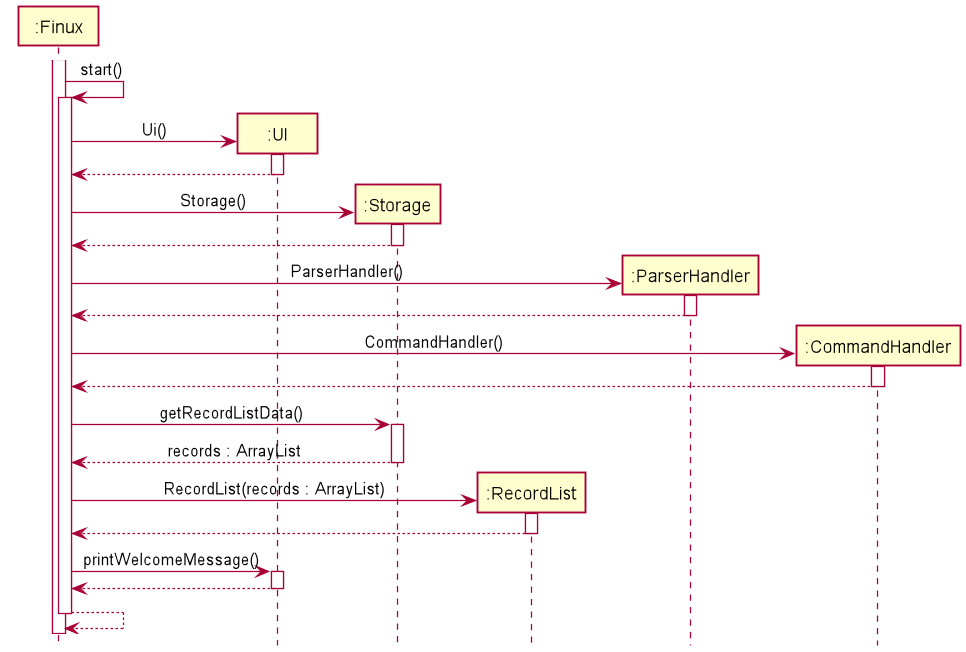
The PlantUML diagram docs/img/InitializationSequenceDiagram.png in nus-cs2113-AY2021S2/tp, before a commit. Source of this version:
```plantuml
@startuml
!include style.puml

Participant ":Finux" as Finux
Participant ":UI" as UI
Participant ":Storage" as Storage
Participant ":RecordList" as RecordList
Participant ":ParserHandler" as ParserHandler
Participant ":CommandHandler" as CommandHandler

activate Finux
Finux -> Finux : start()
activate Finux

create UI
Finux -> UI : Ui()
activate UI
UI --> Finux
deactivate UI

create Storage
Finux -> Storage : Storage()
activate Storage
Storage --> Finux
deactivate Storage

create ParserHandler
Finux -> ParserHandler : ParserHandler()
activate ParserHandler
ParserHandler --> Finux
deactivate ParserHandler

create CommandHandler
Finux -> CommandHandler : CommandHandler()
activate CommandHandler
CommandHandler --> Finux
deactivate CommandHandler

Finux -> Storage : getRecordListData()
activate Storage
Storage --> Finux : records : ArrayList
deactivate Storage

create RecordList
Finux -> RecordList : RecordList(records : ArrayList)
activate RecordList
RecordList --> Finux
deactivate RecordList

Finux -> UI : printWelcomeMessage()
activate UI
UI --> Finux
deactivate UI

Finux --> Finux
deactivate Finux

@enduml
```
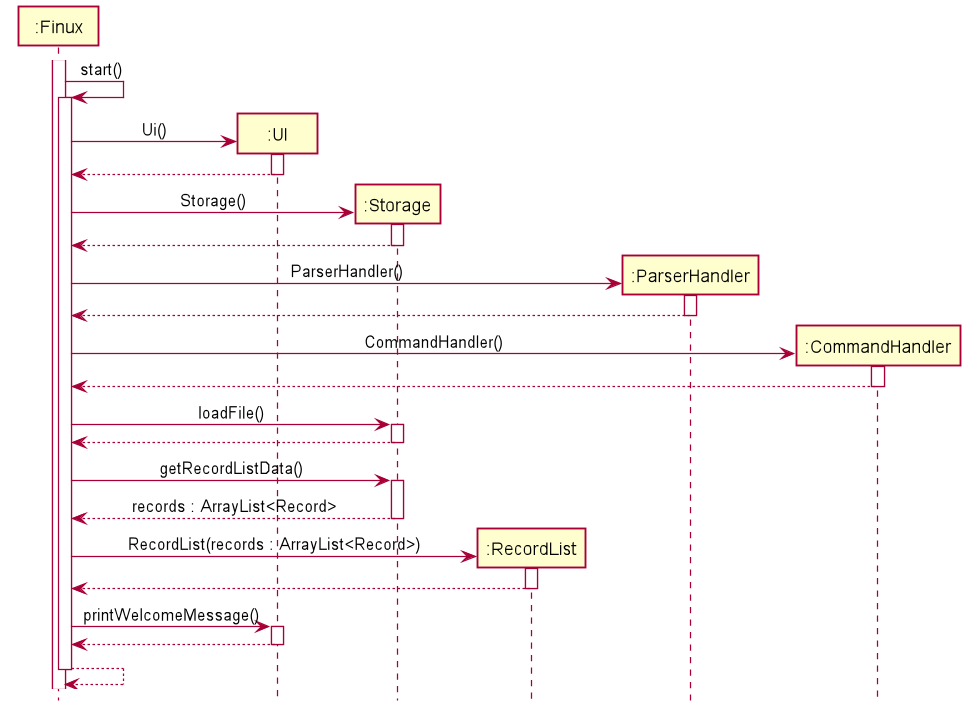
After the commit.

Diff of the diagram source:
```diff
@@ -21,6 +21,7 @@
 create Storage
 Finux -> Storage : Storage()
 activate Storage
+
 Storage --> Finux
 deactivate Storage
 
@@ -36,13 +37,18 @@
 CommandHandler --> Finux
 deactivate CommandHandler
 
+Finux -> Storage : loadFile()
+activate Storage
+Storage --> Finux
+deactivate Storage
+
 Finux -> Storage : getRecordListData()
 activate Storage
-Storage --> Finux : records : ArrayList
+Storage --> Finux : records : ArrayList<Record>
 deactivate Storage
 
 create RecordList
-Finux -> RecordList : RecordList(records : ArrayList)
+Finux -> RecordList : RecordList(records : ArrayList<Record>)
 activate RecordList
 RecordList --> Finux
 deactivate RecordList
@@ -55,4 +61,5 @@
 Finux --> Finux
 deactivate Finux
 
+
 @enduml
```
